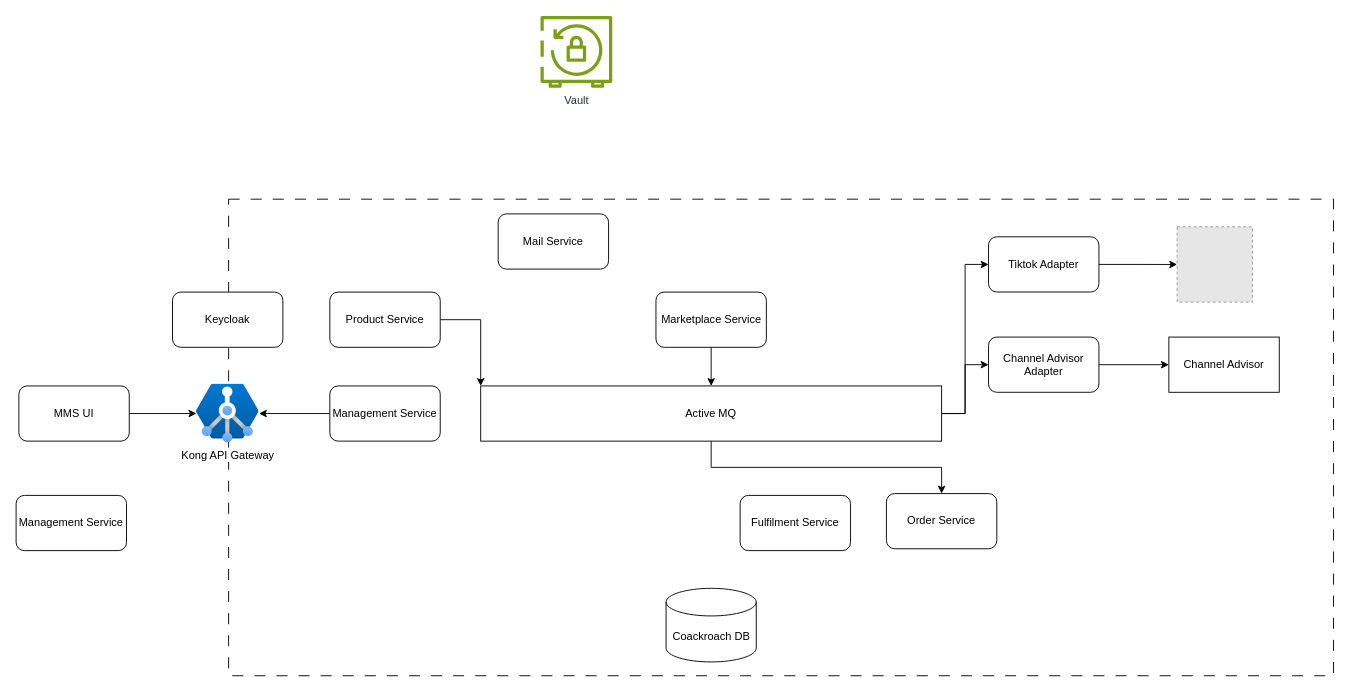
Before: page "Page-16" (16 of 16) of hibernate.drawio in minhtran-q/hibernate-knowledge, a draw.io diagram. Source tidied: cells renumbered, new cells numbered last; positions are measured from the earlier drawing's top-left corner, leaving out a move shared by most shapes. Both pictures are drawn from the tidied source at 92%, with x=0, y=0 at pixel (16, 16). Pictures stored in the file or linked from it are replaced by grey dashed boxes.
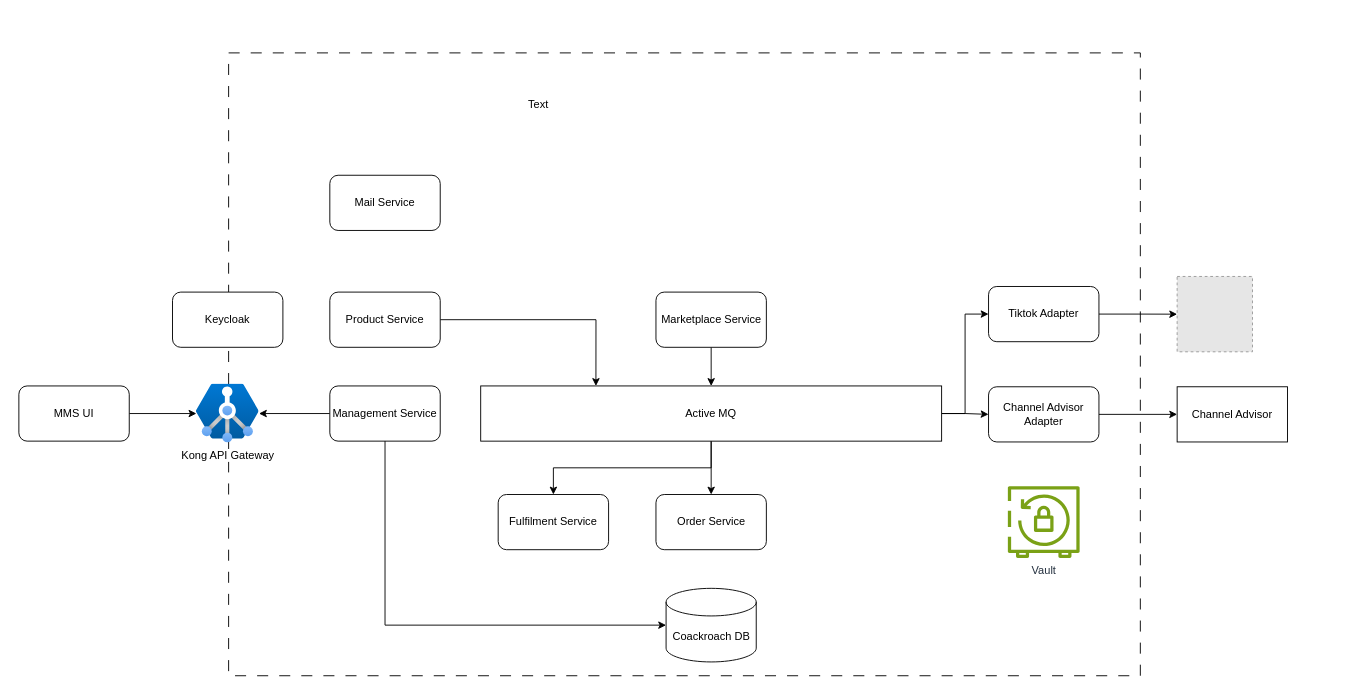
The same diagram, later.

The change refers to these unchanged cells:
```xml
<mxCell id="11" value="Product Service" style="rounded=1;whiteSpace=wrap;html=1;" parent="1" vertex="1">
  <mxGeometry x="341" y="300" width="120" height="60" as="geometry" />
</mxCell>
<mxCell id="15" value="Management Service" style="rounded=1;whiteSpace=wrap;html=1;" parent="1" vertex="1">
  <mxGeometry x="341" y="402" width="120" height="60" as="geometry" />
</mxCell>
<mxCell id="19" value="Coackroach DB" style="shape=cylinder3;whiteSpace=wrap;html=1;boundedLbl=1;backgroundOutline=1;size=15;" parent="1" vertex="1">
  <mxGeometry x="706.5" y="622" width="98" height="80" as="geometry" />
</mxCell>
<mxCell id="27" value="Active MQ" style="rounded=0;whiteSpace=wrap;html=1;" parent="1" vertex="1">
  <mxGeometry x="505" y="402" width="501" height="60" as="geometry" />
</mxCell>
```

The edit, as a diff of the source:
```diff
@@
     <mxCell id="2" style="rounded=0;whiteSpace=wrap;html=1;dashed=1;dashPattern=12 12;" parent="1" vertex="1">
-      <mxGeometry x="231" y="199" width="1201" height="518" as="geometry" />
+      <mxGeometry x="231" y="40" width="991" height="677" as="geometry" />
     </mxCell>
@@
     <mxCell id="4" value="Tiktok Adapter" style="rounded=1;whiteSpace=wrap;html=1;" parent="1" vertex="1">
-      <mxGeometry x="1057" y="239.9" width="120" height="60" as="geometry" />
+      <mxGeometry x="1057" y="293.9" width="120" height="60" as="geometry" />
     </mxCell>
@@
     <mxCell id="6" value="Channel Advisor Adapter" style="rounded=1;whiteSpace=wrap;html=1;" parent="1" vertex="1">
-      <mxGeometry x="1057" y="348.9" width="120" height="60" as="geometry" />
+      <mxGeometry x="1057" y="402.9" width="120" height="60" as="geometry" />
     </mxCell>
@@
-    <mxCell id="10" style="edgeStyle=orthogonalEdgeStyle;rounded=0;jettySize=auto;html=1;entryX=0;entryY=0;entryDx=0;entryDy=0;" parent="1" edge="1" source="11" target="27">
+    <mxCell id="10" style="edgeStyle=orthogonalEdgeStyle;rounded=0;jettySize=auto;html=1;entryX=0.25;entryY=0;entryDx=0;entryDy=0;" parent="1" edge="1" source="11" target="27">
       <mxGeometry relative="1" as="geometry" />
     </mxCell>
@@
     <mxCell id="13" value="&lt;span&gt;&lt;span dir=&quot;ltr&quot; class=&quot;ui-provider a b c d e f g h i j k l m n o p q r s t u v w x y z ab ac ae af ag ah ai aj ak&quot;&gt;Fulfilment Service&lt;/span&gt;&lt;/span&gt;" style="rounded=1;whiteSpace=wrap;html=1;" parent="1" vertex="1">
-      <mxGeometry x="787" y="521" width="120" height="60" as="geometry" />
+      <mxGeometry x="524" y="520" width="120" height="60" as="geometry" />
     </mxCell>
@@
     <mxCell id="16" value="&lt;span&gt;&lt;span dir=&quot;ltr&quot; class=&quot;ui-provider a b c d e f g h i j k l m n o p q r s t u v w x y z ab ac ae af ag ah ai aj ak&quot;&gt;Mail Service&lt;/span&gt;&lt;/span&gt;" style="rounded=1;whiteSpace=wrap;html=1;" parent="1" vertex="1">
-      <mxGeometry x="524" y="215" width="120" height="60" as="geometry" />
+      <mxGeometry x="341" y="173" width="120" height="60" as="geometry" />
     </mxCell>
@@
     <mxCell id="20" value="Vault" style="sketch=0;fontColor=#232F3E;gradientColor=none;fillColor=#7AA116;strokeColor=none;dashed=0;verticalLabelPosition=bottom;verticalAlign=top;align=center;html=1;fontSize=12;fontStyle=0;shape=mxgraph.aws4.aws_backup_vault_lock;" parent="1" vertex="1">
-      <mxGeometry x="570" width="78" height="78" as="geometry" />
+      <mxGeometry x="1078" y="511" width="78" height="78" as="geometry" />
     </mxCell>
     <mxCell id="21" style="fillColor=#E6E6E6;strokeColor=#999999;dashed=1;html=1;verticalAlign=top;verticalLabelPosition=bottom;labelBackgroundColor=#ffffff;" parent="1" vertex="1">
-      <mxGeometry x="1262" y="229" width="81.9" height="81.9" as="geometry" />
+      <mxGeometry x="1262" y="283" width="81.9" height="81.9" as="geometry" />
     </mxCell>
     <mxCell id="22" value="&lt;span&gt;&lt;span dir=&quot;ltr&quot; class=&quot;ui-provider a b c d e f g h i j k l m n o p q r s t u v w x y z ab ac ae af ag ah ai aj ak&quot;&gt;Order Service&lt;/span&gt;&lt;/span&gt;" style="rounded=1;whiteSpace=wrap;html=1;" parent="1" vertex="1">
-      <mxGeometry x="946" y="519" width="120" height="60" as="geometry" />
+      <mxGeometry x="695.5" y="520" width="120" height="60" as="geometry" />
     </mxCell>
     <mxCell id="23" value="Channel Advisor" style="rounded=0;whiteSpace=wrap;html=1;" parent="1" vertex="1">
-      <mxGeometry x="1253" y="348.9" width="120" height="60" as="geometry" />
+      <mxGeometry x="1262" y="402.9" width="120" height="60" as="geometry" />
     </mxCell>
@@
+    <mxCell id="29" style="edgeStyle=orthogonalEdgeStyle;rounded=0;jettySize=auto;html=1;" parent="1" edge="1" source="27" target="13">
+      <mxGeometry relative="1" as="geometry" />
+    </mxCell>
@@
-    <mxCell id="28" value="Management Service" style="rounded=1;whiteSpace=wrap;html=1;" parent="1" vertex="1">
-      <mxGeometry y="521" width="120" height="60" as="geometry" />
-    </mxCell>
+    <mxCell id="30" value="Text" style="text;html=1;align=center;verticalAlign=middle;whiteSpace=wrap;rounded=0;" parent="1" vertex="1">
+      <mxGeometry x="517" y="58" width="102" height="75" as="geometry" />
+    </mxCell>
+    <mxCell id="31" style="edgeStyle=orthogonalEdgeStyle;rounded=0;jettySize=auto;html=1;entryX=0;entryY=0.5;entryDx=0;entryDy=0;entryPerimeter=0;" parent="1" edge="1" source="15" target="19">
+      <mxGeometry relative="1" as="geometry">
+        <Array as="points">
+          <mxPoint x="401" y="662" />
+        </Array>
+      </mxGeometry>
+    </mxCell>
```
